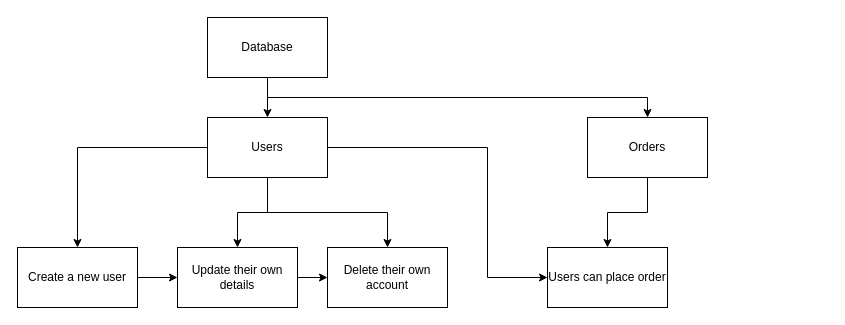
Above: lifehistory1.drawio.xml in WillTheDeveloper/drawio (draw.io), before the change. Source tidied: cells renumbered, new cells numbered last; positions are measured from the earlier drawing's top-left corner, leaving out a move shared by most shapes. Both pictures are drawn from the tidied source at 100%, with x=0, y=0 at pixel (17, 17).
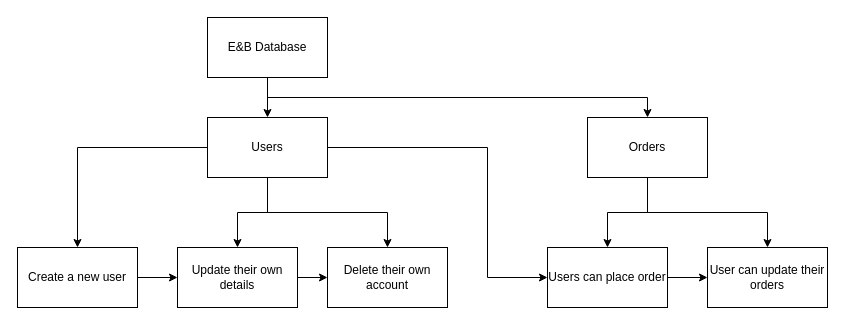
The same diagram, later.

Unchanged cells that the change refers to:
```xml
<mxCell id="16" value="Orders" style="rounded=0;whiteSpace=wrap;html=1;" parent="1" vertex="1">
  <mxGeometry x="570" y="100" width="120" height="60" as="geometry" />
</mxCell>
<mxCell id="17" value="Users can place order" style="rounded=0;whiteSpace=wrap;html=1;" parent="1" vertex="1">
  <mxGeometry x="530" y="230" width="120" height="60" as="geometry" />
</mxCell>
```

The edit, as a diff of the source:
```diff
@@
-    <mxCell id="4" value="Database" style="rounded=0;whiteSpace=wrap;html=1;" parent="1" vertex="1">
+    <mxCell id="4" value="E&amp;amp;B Database" style="rounded=0;whiteSpace=wrap;html=1;" parent="1" vertex="1">
       <mxGeometry x="190" width="120" height="60" as="geometry" />
     </mxCell>
@@
+    <mxCell id="18" style="edgeStyle=orthogonalEdgeStyle;rounded=0;jettySize=auto;html=1;entryX=0.5;entryY=0;entryDx=0;entryDy=0;" parent="1" edge="1" source="16" target="20">
+      <mxGeometry relative="1" as="geometry" />
+    </mxCell>
@@
+    <mxCell id="19" style="edgeStyle=orthogonalEdgeStyle;rounded=0;jettySize=auto;html=1;entryX=0;entryY=0.5;entryDx=0;entryDy=0;" parent="1" edge="1" source="17" target="20">
+      <mxGeometry relative="1" as="geometry" />
+    </mxCell>
@@
+    <mxCell id="20" value="User can update their orders" style="rounded=0;whiteSpace=wrap;html=1;" parent="1" vertex="1">
+      <mxGeometry x="690" y="230" width="120" height="60" as="geometry" />
+    </mxCell>
```
